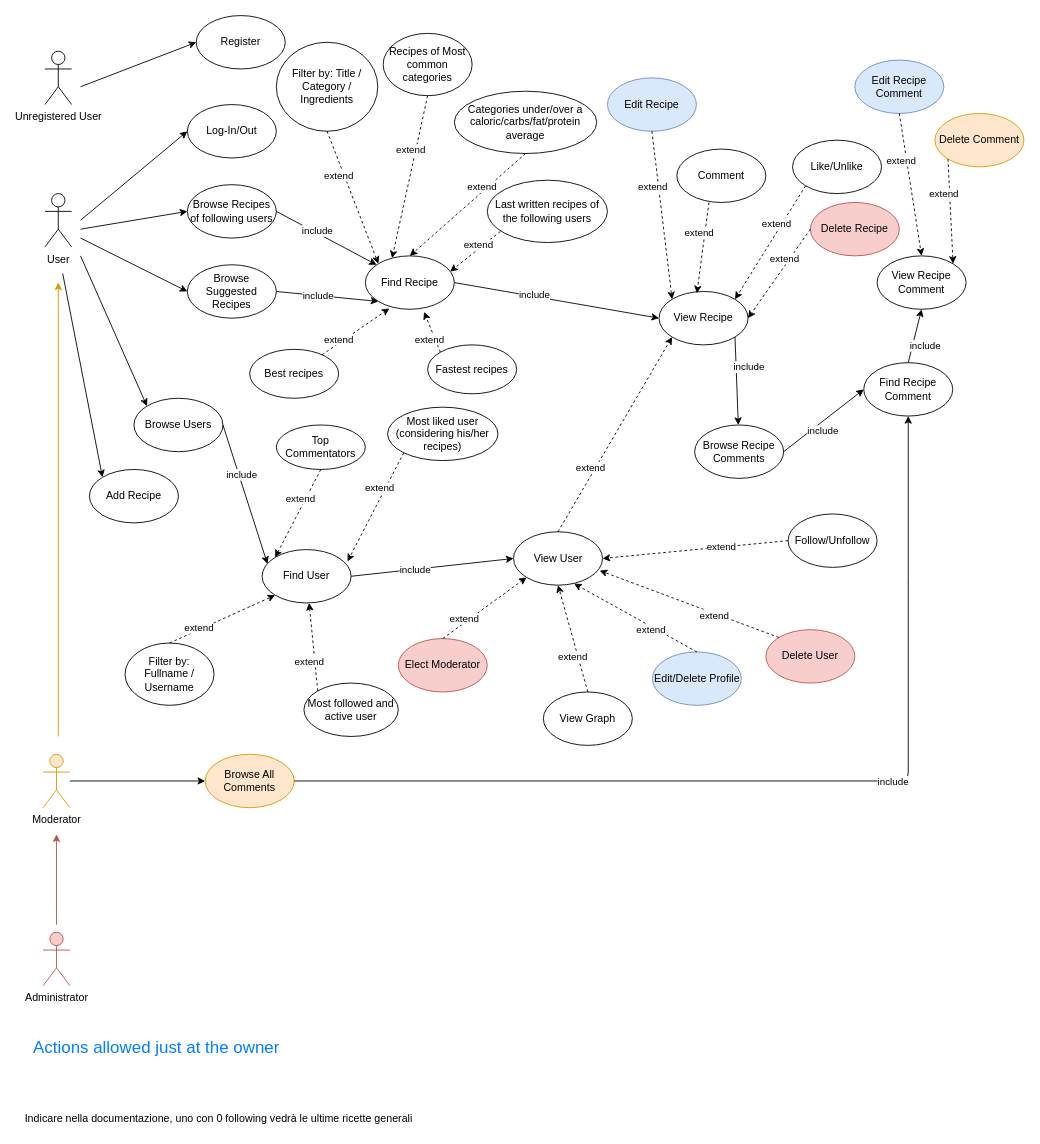
Above: Documents/drawio/UseCaseDiagram.drawio in fraie98/JustRecipe (draw.io), before the change. Source tidied: cells renumbered, new cells numbered last; positions are measured from the earlier drawing's top-left corner, leaving out a move shared by most shapes. Both pictures are drawn from the tidied source at 89%, with x=0, y=0 at pixel (18, 15).
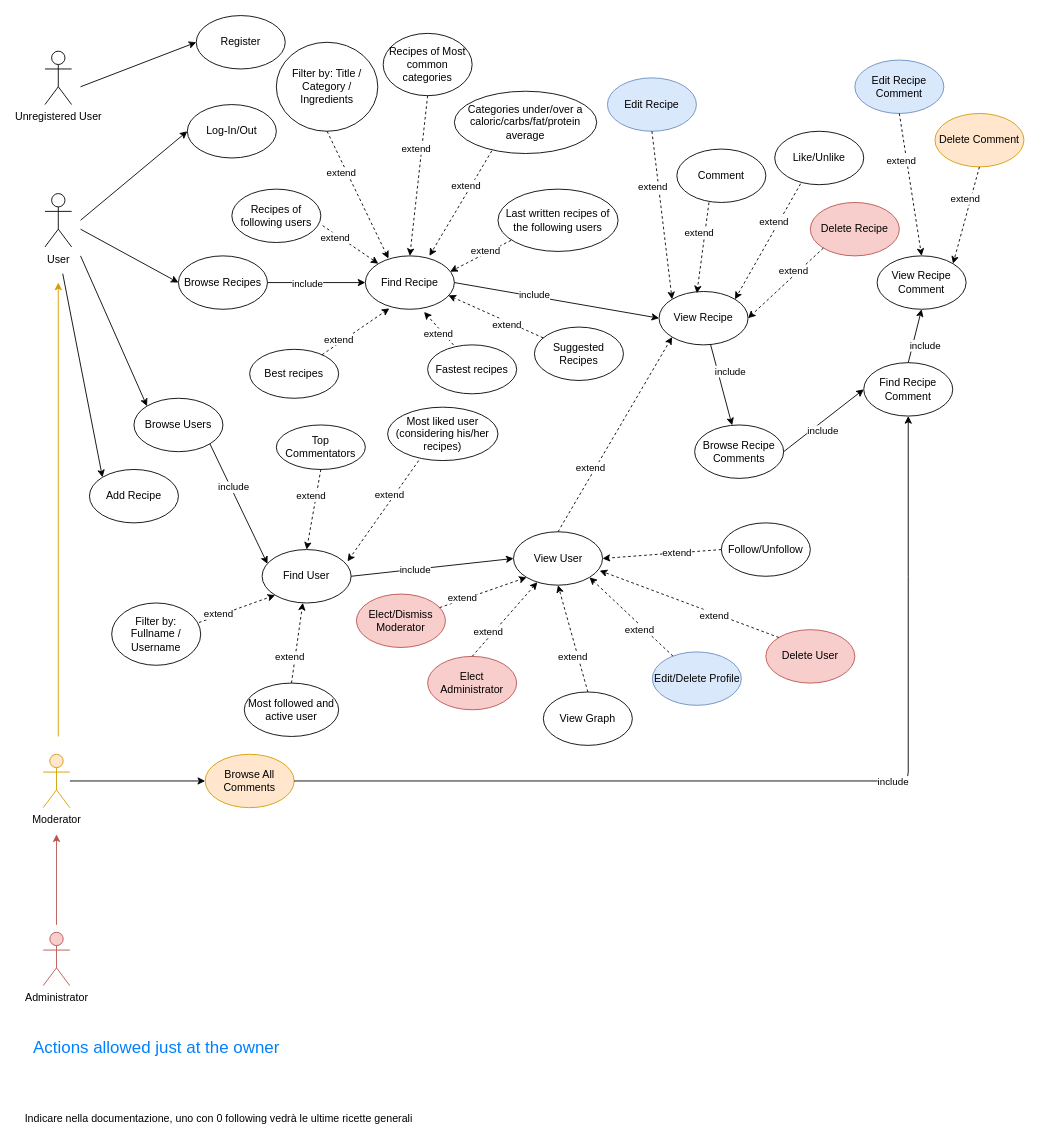
Above is the later version.

Unchanged cells that the change refers to:
```xml
<mxCell id="11" value="Find Recipe" style="ellipse;whiteSpace=wrap;html=1;" parent="1" vertex="1">
  <mxGeometry x="390" y="270" width="100" height="60" as="geometry" />
</mxCell>
<mxCell id="12" value="View Recipe" style="ellipse;whiteSpace=wrap;html=1;" parent="1" vertex="1">
  <mxGeometry x="720" y="310" width="100" height="60" as="geometry" />
</mxCell>
<mxCell id="23" value="Browse Users" style="ellipse;whiteSpace=wrap;html=1;" parent="1" vertex="1">
  <mxGeometry x="130" y="430" width="100" height="60" as="geometry" />
</mxCell>
<mxCell id="24" value="Find User" style="ellipse;whiteSpace=wrap;html=1;" parent="1" vertex="1">
  <mxGeometry x="274" y="600" width="100" height="60" as="geometry" />
</mxCell>
<mxCell id="25" value="View User" style="ellipse;whiteSpace=wrap;html=1;" parent="1" vertex="1">
  <mxGeometry x="556.5" y="580" width="100" height="60" as="geometry" />
</mxCell>
<mxCell id="42" value="Browse Recipe Comments" style="ellipse;whiteSpace=wrap;html=1;" parent="1" vertex="1">
  <mxGeometry x="760" y="460" width="100" height="60" as="geometry" />
</mxCell>
<mxCell id="44" value="View Recipe Comment" style="ellipse;whiteSpace=wrap;html=1;" parent="1" vertex="1">
  <mxGeometry x="965" y="270" width="100" height="60" as="geometry" />
</mxCell>
<mxCell id="55" value="Delete Comment" style="ellipse;whiteSpace=wrap;html=1;fillColor=#ffe6cc;strokeColor=#d79b00;" parent="1" vertex="1">
  <mxGeometry x="1030" y="110" width="100" height="60" as="geometry" />
</mxCell>
<mxCell id="56" value="Delete Recipe" style="ellipse;whiteSpace=wrap;html=1;fillColor=#f8cecc;strokeColor=#b85450;" parent="1" vertex="1">
  <mxGeometry x="890" y="210" width="100" height="60" as="geometry" />
</mxCell>
<mxCell id="66" value="Edit/Delete Profile" style="ellipse;whiteSpace=wrap;html=1;fillColor=#dae8fc;strokeColor=#6c8ebf;" parent="1" vertex="1">
  <mxGeometry x="712.5" y="715" width="100" height="60" as="geometry" />
</mxCell>
<mxCell id="83" value="Filter by: Title / Category / Ingredients" style="ellipse;whiteSpace=wrap;html=1;" parent="1" vertex="1">
  <mxGeometry x="290" y="30" width="114" height="100" as="geometry" />
</mxCell>
<mxCell id="89" value="Recipes of Most common categories" style="ellipse;whiteSpace=wrap;html=1;" parent="1" vertex="1">
  <mxGeometry x="410" y="20" width="100" height="70" as="geometry" />
</mxCell>
<mxCell id="92" value="Categories under/over a caloric/carbs/fat/protein average" style="ellipse;whiteSpace=wrap;html=1;" parent="1" vertex="1">
  <mxGeometry x="490" y="85" width="160" height="70" as="geometry" />
</mxCell>
<mxCell id="95" value="Fastest recipes" style="ellipse;whiteSpace=wrap;html=1;" parent="1" vertex="1">
  <mxGeometry x="460" y="370" width="100" height="55" as="geometry" />
</mxCell>
<mxCell id="104" value="Top Commentators" style="ellipse;whiteSpace=wrap;html=1;" parent="1" vertex="1">
  <mxGeometry x="290" y="460" width="100" height="50" as="geometry" />
</mxCell>
<mxCell id="110" value="&lt;div&gt;Most liked user (considering his/her&lt;/div&gt;&lt;div&gt;recipes)&lt;/div&gt;" style="ellipse;whiteSpace=wrap;html=1;" parent="1" vertex="1">
  <mxGeometry x="415" y="440" width="124" height="60" as="geometry" />
</mxCell>
```

The edit, as a diff of the source:
```diff
@@
-    <mxCell id="10" value="Browse Recipes of following users" style="ellipse;whiteSpace=wrap;html=1;" parent="1" vertex="1">
-      <mxGeometry x="190" y="190" width="100" height="60" as="geometry" />
+    <mxCell id="10" value="Browse Recipes" style="ellipse;whiteSpace=wrap;html=1;" parent="1" vertex="1">
+      <mxGeometry x="180" y="270" width="100" height="60" as="geometry" />
     </mxCell>
@@
-    <mxCell id="18" value="Browse Suggested Recipes" style="ellipse;whiteSpace=wrap;html=1;" parent="1" vertex="1">
-      <mxGeometry x="190" y="280" width="100" height="60" as="geometry" />
+    <mxCell id="18" value="Suggested Recipes" style="ellipse;whiteSpace=wrap;html=1;" parent="1" vertex="1">
+      <mxGeometry x="580" y="350" width="100" height="60" as="geometry" />
     </mxCell>
-    <mxCell id="19" style="endArrow=classic;html=1;exitX=1;exitY=0.5;exitDx=0;exitDy=0;entryX=0;entryY=1;entryDx=0;entryDy=0;" parent="1" edge="1" source="18" target="11">
-      <mxGeometry relative="1" as="geometry" />
-    </mxCell>
-    <mxCell id="20" value="include" style="edgeLabel;html=1;align=center;verticalAlign=middle;" parent="19" vertex="1">
-      <mxGeometry x="-0.27" y="-2" relative="1" as="geometry">
-        <mxPoint x="4.5" y="-2" as="offset" />
-      </mxGeometry>
-    </mxCell>
-    <mxCell id="21" style="endArrow=classic;html=1;entryX=0;entryY=0.5;entryDx=0;entryDy=0;" parent="1" edge="1" target="18">
-      <mxGeometry relative="1" as="geometry">
-        <mxPoint x="70" y="250" as="sourcePoint" />
-      </mxGeometry>
-    </mxCell>
@@
     <mxCell id="26" value="Follow/Unfollow" style="ellipse;whiteSpace=wrap;html=1;" parent="1" vertex="1">
-      <mxGeometry x="865" y="560" width="100" height="60" as="geometry" />
+      <mxGeometry x="790" y="570" width="100" height="60" as="geometry" />
     </mxCell>
@@
-    <mxCell id="28" style="endArrow=classic;html=1;exitX=1;exitY=0.5;exitDx=0;exitDy=0;entryX=0.06;entryY=0.267;entryDx=0;entryDy=0;entryPerimeter=0;" parent="1" edge="1" source="23" target="24">
+    <mxCell id="28" style="endArrow=classic;html=1;exitX=1;exitY=1;exitDx=0;exitDy=0;entryX=0.06;entryY=0.267;entryDx=0;entryDy=0;entryPerimeter=0;" parent="1" edge="1" source="23" target="24">
       <mxGeometry relative="1" as="geometry" />
     </mxCell>
@@
     <mxCell id="35" value="Like/Unlike" style="ellipse;whiteSpace=wrap;html=1;" parent="1" vertex="1">
-      <mxGeometry x="870" y="140" width="100" height="60" as="geometry" />
+      <mxGeometry x="850" y="130" width="100" height="60" as="geometry" />
     </mxCell>
@@
-    <mxCell id="40" style="endArrow=classic;html=1;entryX=1;entryY=0;entryDx=0;entryDy=0;exitX=0;exitY=1;exitDx=0;exitDy=0;dashed=1;" parent="1" edge="1" source="35" target="12">
+    <mxCell id="40" style="endArrow=classic;html=1;entryX=1;entryY=0;entryDx=0;entryDy=0;exitX=0.29;exitY=0.983;exitDx=0;exitDy=0;dashed=1;exitPerimeter=0;" parent="1" edge="1" source="35" target="12">
       <mxGeometry relative="1" as="geometry" />
     </mxCell>
@@
-    <mxCell id="48" style="endArrow=classic;html=1;exitX=1;exitY=1;exitDx=0;exitDy=0;" parent="1" edge="1" source="12" target="42">
+    <mxCell id="48" style="endArrow=classic;html=1;" parent="1" edge="1" source="12" target="42">
       <mxGeometry relative="1" as="geometry" />
     </mxCell>
@@
-    <mxCell id="57" style="endArrow=classic;html=1;entryX=1;entryY=0.5;entryDx=0;entryDy=0;exitX=0;exitY=0.5;exitDx=0;exitDy=0;dashed=1;" parent="1" edge="1" source="56" target="12">
+    <mxCell id="57" style="endArrow=classic;html=1;entryX=1;entryY=0.5;entryDx=0;entryDy=0;exitX=0;exitY=1;exitDx=0;exitDy=0;dashed=1;" parent="1" edge="1" source="56" target="12">
       <mxGeometry relative="1" as="geometry" />
     </mxCell>
@@
-    <mxCell id="61" style="endArrow=classic;html=1;entryX=1;entryY=0;entryDx=0;entryDy=0;exitX=0;exitY=1;exitDx=0;exitDy=0;dashed=1;" parent="1" edge="1" source="55" target="44">
+    <mxCell id="61" style="endArrow=classic;html=1;entryX=1;entryY=0;entryDx=0;entryDy=0;exitX=0.5;exitY=1;exitDx=0;exitDy=0;dashed=1;" parent="1" edge="1" source="55" target="44">
       <mxGeometry relative="1" as="geometry" />
     </mxCell>
@@
-    <mxCell id="67" style="endArrow=classic;html=1;entryX=0.681;entryY=0.972;entryDx=0;entryDy=0;exitX=0.5;exitY=0;exitDx=0;exitDy=0;dashed=1;entryPerimeter=0;" parent="1" edge="1" source="66" target="25">
+    <mxCell id="67" style="endArrow=classic;html=1;entryX=1;entryY=1;entryDx=0;entryDy=0;dashed=1;" parent="1" edge="1" source="66" target="25">
       <mxGeometry relative="1" as="geometry" />
     </mxCell>
@@
-    <mxCell id="74" value="Elect Moderator" style="ellipse;whiteSpace=wrap;html=1;fillColor=#f8cecc;strokeColor=#b85450;" parent="1" vertex="1">
-      <mxGeometry x="427" y="700" width="100" height="60" as="geometry" />
+    <mxCell id="74" value="Elect/Dismiss Moderator" style="ellipse;whiteSpace=wrap;html=1;fillColor=#f8cecc;strokeColor=#b85450;" parent="1" vertex="1">
+      <mxGeometry x="380" y="650" width="100" height="60" as="geometry" />
     </mxCell>
-    <mxCell id="75" style="endArrow=classic;html=1;entryX=0;entryY=1;entryDx=0;entryDy=0;exitX=0.5;exitY=0;exitDx=0;exitDy=0;dashed=1;" parent="1" edge="1" source="74" target="25">
+    <mxCell id="75" style="endArrow=classic;html=1;entryX=0;entryY=1;entryDx=0;entryDy=0;dashed=1;" parent="1" edge="1" source="74" target="25">
       <mxGeometry relative="1" as="geometry" />
     </mxCell>
@@
     <mxCell id="84" value="Filter by: Fullname / Username" style="ellipse;whiteSpace=wrap;html=1;" parent="1" vertex="1">
-      <mxGeometry x="120" y="705" width="100" height="70" as="geometry" />
+      <mxGeometry x="105" y="660" width="100" height="70" as="geometry" />
     </mxCell>
-    <mxCell id="85" style="endArrow=classic;html=1;entryX=0;entryY=0;entryDx=0;entryDy=0;exitX=0.5;exitY=1;exitDx=0;exitDy=0;dashed=1;" parent="1" edge="1" source="83" target="11">
+    <mxCell id="85" style="endArrow=classic;html=1;entryX=0.26;entryY=0.05;entryDx=0;entryDy=0;exitX=0.5;exitY=1;exitDx=0;exitDy=0;dashed=1;entryPerimeter=0;" parent="1" edge="1" source="83" target="11">
       <mxGeometry relative="1" as="geometry" />
     </mxCell>
@@
-    <mxCell id="87" style="endArrow=classic;html=1;entryX=0;entryY=1;entryDx=0;entryDy=0;exitX=0.5;exitY=0;exitDx=0;exitDy=0;dashed=1;" parent="1" edge="1" source="84" target="24">
+    <mxCell id="87" style="endArrow=classic;html=1;entryX=0;entryY=1;entryDx=0;entryDy=0;exitX=0.98;exitY=0.314;exitDx=0;exitDy=0;dashed=1;exitPerimeter=0;" parent="1" edge="1" source="84" target="24">
       <mxGeometry relative="1" as="geometry" />
     </mxCell>
@@
-    <mxCell id="90" style="endArrow=classic;html=1;entryX=0.3;entryY=0.042;entryDx=0;entryDy=0;exitX=0.5;exitY=1;exitDx=0;exitDy=0;dashed=1;entryPerimeter=0;" parent="1" edge="1" source="89" target="11">
+    <mxCell id="90" style="endArrow=classic;html=1;entryX=0.5;entryY=0;entryDx=0;entryDy=0;exitX=0.5;exitY=1;exitDx=0;exitDy=0;dashed=1;" parent="1" edge="1" source="89" target="11">
       <mxGeometry relative="1" as="geometry" />
     </mxCell>
@@
-    <mxCell id="93" style="endArrow=classic;html=1;entryX=0.5;entryY=0;entryDx=0;entryDy=0;exitX=0.5;exitY=1;exitDx=0;exitDy=0;dashed=1;" parent="1" edge="1" source="92" target="11">
+    <mxCell id="93" style="endArrow=classic;html=1;entryX=0.72;entryY=0;entryDx=0;entryDy=0;exitX=0.263;exitY=0.957;exitDx=0;exitDy=0;dashed=1;entryPerimeter=0;exitPerimeter=0;" parent="1" edge="1" source="92" target="11">
       <mxGeometry relative="1" as="geometry" />
     </mxCell>
@@
-    <mxCell id="96" style="endArrow=classic;html=1;entryX=0.66;entryY=1.05;entryDx=0;entryDy=0;exitX=0;exitY=0;exitDx=0;exitDy=0;dashed=1;entryPerimeter=0;" parent="1" edge="1" source="95" target="11">
+    <mxCell id="96" style="endArrow=classic;html=1;entryX=0.66;entryY=1.05;entryDx=0;entryDy=0;exitX=0.29;exitY=0;exitDx=0;exitDy=0;dashed=1;entryPerimeter=0;exitPerimeter=0;" parent="1" edge="1" source="95" target="11">
       <mxGeometry relative="1" as="geometry" />
     </mxCell>
@@
     <mxCell id="98" value="Last written recipes of the following users" style="ellipse;whiteSpace=wrap;html=1;" parent="1" vertex="1">
-      <mxGeometry x="527" y="185" width="135" height="70" as="geometry" />
+      <mxGeometry x="539" y="195" width="135" height="70" as="geometry" />
     </mxCell>
@@
     <mxCell id="105" value="Most followed and active user" style="ellipse;whiteSpace=wrap;html=1;" parent="1" vertex="1">
-      <mxGeometry x="321" y="750" width="106" height="60" as="geometry" />
+      <mxGeometry x="254" y="750" width="106" height="60" as="geometry" />
     </mxCell>
-    <mxCell id="106" style="endArrow=classic;html=1;entryX=0;entryY=0;entryDx=0;entryDy=0;exitX=0.5;exitY=1;exitDx=0;exitDy=0;dashed=1;" parent="1" edge="1" source="104" target="24">
+    <mxCell id="106" style="endArrow=classic;html=1;entryX=0.5;entryY=0;entryDx=0;entryDy=0;exitX=0.5;exitY=1;exitDx=0;exitDy=0;dashed=1;" parent="1" edge="1" source="104" target="24">
       <mxGeometry relative="1" as="geometry" />
     </mxCell>
@@
-    <mxCell id="108" style="endArrow=classic;html=1;exitX=0;exitY=0;exitDx=0;exitDy=0;dashed=1;" parent="1" edge="1" source="105" target="24">
+    <mxCell id="108" style="endArrow=classic;html=1;exitX=0.5;exitY=0;exitDx=0;exitDy=0;dashed=1;" parent="1" edge="1" source="105" target="24">
       <mxGeometry relative="1" as="geometry" />
     </mxCell>
@@
-    <mxCell id="111" style="endArrow=classic;html=1;exitX=0;exitY=1;exitDx=0;exitDy=0;dashed=1;entryX=0.96;entryY=0.221;entryDx=0;entryDy=0;entryPerimeter=0;" parent="1" edge="1" source="110" target="24">
+    <mxCell id="111" style="endArrow=classic;html=1;exitX=0.282;exitY=1;exitDx=0;exitDy=0;dashed=1;entryX=0.96;entryY=0.221;entryDx=0;entryDy=0;entryPerimeter=0;exitPerimeter=0;" parent="1" edge="1" source="110" target="24">
       <mxGeometry relative="1" as="geometry" />
     </mxCell>
@@
+    <mxCell id="114" value="Elect &lt;br&gt;Administrator" style="ellipse;whiteSpace=wrap;html=1;fillColor=#f8cecc;strokeColor=#b85450;" parent="1" vertex="1">
+      <mxGeometry x="460" y="720" width="100" height="60" as="geometry" />
+    </mxCell>
+    <mxCell id="115" style="endArrow=classic;html=1;dashed=1;exitX=0.5;exitY=0;exitDx=0;exitDy=0;" parent="1" edge="1" source="114" target="25">
+      <mxGeometry relative="1" as="geometry" />
+    </mxCell>
+    <mxCell id="116" value="extend" style="edgeLabel;html=1;align=center;verticalAlign=middle;" parent="115" vertex="1">
+      <mxGeometry x="-0.34" relative="1" as="geometry">
+        <mxPoint x="-6.7" y="-0.2" as="offset" />
+      </mxGeometry>
+    </mxCell>
+    <mxCell id="117" value="Recipes of following users" style="ellipse;whiteSpace=wrap;html=1;" parent="1" vertex="1">
+      <mxGeometry x="240" y="195" width="100" height="60" as="geometry" />
+    </mxCell>
+    <mxCell id="118" style="endArrow=classic;html=1;entryX=0;entryY=0;entryDx=0;entryDy=0;exitX=1.02;exitY=0.683;exitDx=0;exitDy=0;dashed=1;exitPerimeter=0;" parent="1" edge="1" source="117" target="11">
+      <mxGeometry relative="1" as="geometry" />
+    </mxCell>
+    <mxCell id="119" value="extend" style="edgeLabel;html=1;align=center;verticalAlign=middle;" parent="118" vertex="1">
+      <mxGeometry x="-0.34" relative="1" as="geometry">
+        <mxPoint x="-6.7" y="-0.2" as="offset" />
+      </mxGeometry>
+    </mxCell>
+    <mxCell id="19" style="endArrow=classic;html=1;entryX=0.934;entryY=0.74;entryDx=0;entryDy=0;dashed=1;entryPerimeter=0;" parent="1" edge="1" source="18" target="11">
+      <mxGeometry relative="1" as="geometry" />
+    </mxCell>
+    <mxCell id="120" value="extend" style="edgeLabel;html=1;align=center;verticalAlign=middle;" parent="19" vertex="1">
+      <mxGeometry x="-0.34" relative="1" as="geometry">
+        <mxPoint x="-6.7" y="-0.2" as="offset" />
+      </mxGeometry>
+    </mxCell>
```
